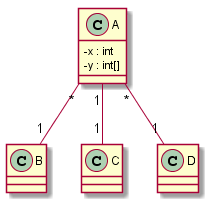
Before: UML parser/output.png, a diagram exported from PlantUML (DhirajGurnani/umlparsercmpe202).
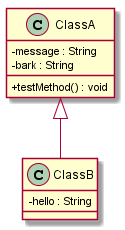
After the commit.

Change to the diagram source:
```diff
@@ -1,16 +1,12 @@
 @startuml
 skinparam classAttributeIconSize 0
-A "*" -- "1" B
-A "1" -- "1" C
-A "*" -- "1" D
-class A {
--x : int
--y : int[]
+class ClassA {
+-message : String
+-bark : String
++ testMethod() : void
 }
-class B {
-}
-class C {
-}
-class D {
+ClassA  ^-- ClassB
+class ClassB {
+-hello : String
 }
 @enduml
```
